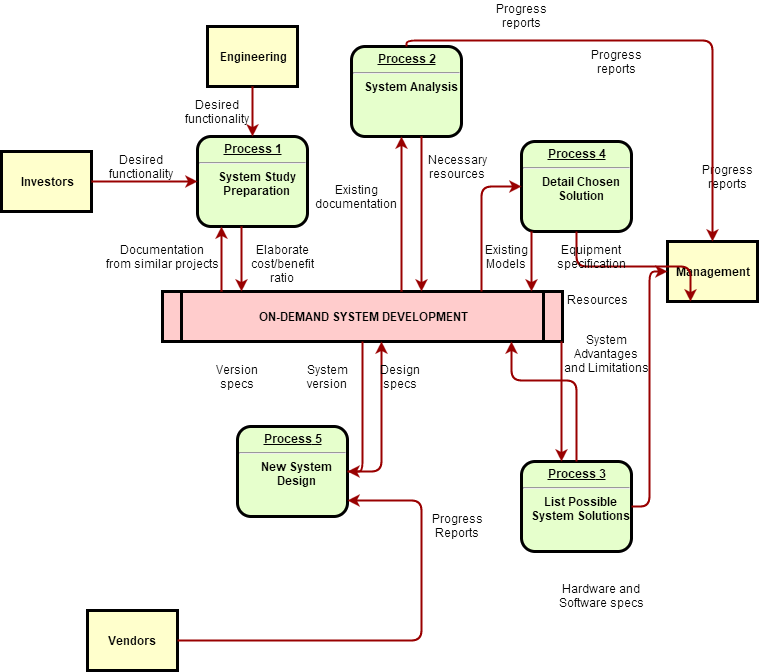
This is 图片下载.png from stephenlaw30/stephenlaw, a draw.io export, as it was before one commit. Source tidied: cells renumbered, new cells last; positions are measured from the earlier drawing's top-left corner, leaving out a move shared by most shapes.
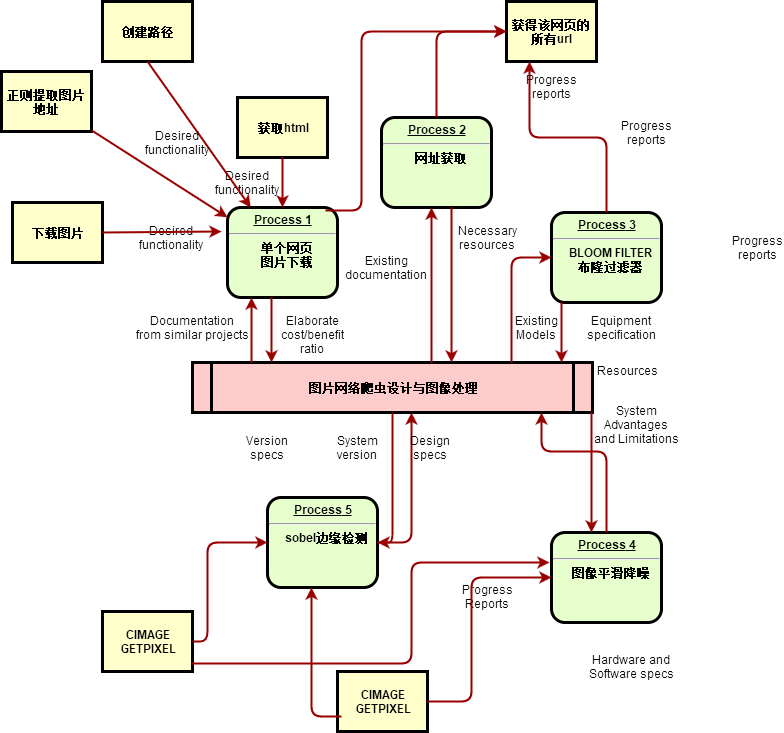
After the change.

The edit, as a diff of the source:
```diff
@@ -2,35 +2,35 @@
   <root>
     <mxCell id="0" />
     <mxCell id="1" parent="0" />
-    <mxCell id="2" value="&lt;p style=&quot;margin: 0px; margin-top: 4px; text-align: center; text-decoration: underline;&quot;&gt;&lt;strong&gt;Process 1&lt;br /&gt;&lt;/strong&gt;&lt;/p&gt;&lt;hr /&gt;&lt;p style=&quot;margin: 0px; margin-left: 8px;&quot;&gt;System Study&lt;/p&gt;&lt;p style=&quot;margin: 0px; margin-left: 8px;&quot;&gt;Preparation&lt;/p&gt;" style="verticalAlign=middle;align=center;overflow=fill;fontSize=12;fontFamily=Helvetica;html=1;rounded=1;fontStyle=1;strokeWidth=3;fillColor=#E6FFCC;" parent="1" vertex="1">
+    <mxCell id="2" value="&lt;p style=&quot;margin: 0px ; margin-top: 4px ; text-align: center ; text-decoration: underline&quot;&gt;&lt;strong&gt;Process 1&lt;br&gt;&lt;/strong&gt;&lt;/p&gt;&lt;hr&gt;&lt;p style=&quot;margin: 0px ; margin-left: 8px&quot;&gt;单个网页&lt;/p&gt;&lt;p style=&quot;margin: 0px ; margin-left: 8px&quot;&gt;图片下载&lt;/p&gt;" style="verticalAlign=middle;align=center;overflow=fill;fontSize=12;fontFamily=Helvetica;html=1;rounded=1;fontStyle=1;strokeWidth=3;fillColor=#E6FFCC;" parent="1" vertex="1">
       <mxGeometry x="196" y="136" width="110" height="90" as="geometry" />
     </mxCell>
-    <mxCell id="3" value="Engineering" style="whiteSpace=wrap;align=center;verticalAlign=middle;fontStyle=1;strokeWidth=3;fillColor=#FFFFCC;" parent="1" vertex="1">
+    <mxCell id="3" value="获取html" style="whiteSpace=wrap;align=center;verticalAlign=middle;fontStyle=1;strokeWidth=3;fillColor=#FFFFCC;" parent="1" vertex="1">
       <mxGeometry x="206" y="26" width="90" height="60" as="geometry" />
     </mxCell>
-    <mxCell id="4" value="Investors" style="whiteSpace=wrap;align=center;verticalAlign=middle;fontStyle=1;strokeWidth=3;fillColor=#FFFFCC;" parent="1" vertex="1">
-      <mxGeometry y="151" width="90" height="60" as="geometry" />
+    <mxCell id="4" value="正则提取图片地址" style="whiteSpace=wrap;align=center;verticalAlign=middle;fontStyle=1;strokeWidth=3;fillColor=#FFFFCC;" parent="1" vertex="1">
+      <mxGeometry x="-30" width="90" height="60" as="geometry" />
     </mxCell>
-    <mxCell id="5" value="ON-DEMAND SYSTEM DEVELOPMENT" style="shape=process;whiteSpace=wrap;align=center;verticalAlign=middle;size=0.0475;fontStyle=1;strokeWidth=3;fillColor=#FFCCCC;" parent="1" vertex="1">
+    <mxCell id="5" value="图片网络爬虫设计与图像处理" style="shape=process;whiteSpace=wrap;align=center;verticalAlign=middle;size=0.0475;fontStyle=1;strokeWidth=3;fillColor=#FFCCCC;" parent="1" vertex="1">
       <mxGeometry x="161" y="291" width="400" height="50" as="geometry" />
     </mxCell>
-    <mxCell id="6" value="&lt;p style=&quot;margin: 0px; margin-top: 4px; text-align: center; text-decoration: underline;&quot;&gt;&lt;strong&gt;Process 2&lt;br /&gt;&lt;/strong&gt;&lt;/p&gt;&lt;hr /&gt;&lt;p style=&quot;margin: 0px; margin-left: 8px;&quot;&gt;System Analysis&lt;/p&gt;" style="verticalAlign=middle;align=center;overflow=fill;fontSize=12;fontFamily=Helvetica;html=1;rounded=1;fontStyle=1;strokeWidth=3;fillColor=#E6FFCC;" parent="1" vertex="1">
+    <mxCell id="6" value="&lt;p style=&quot;margin: 0px ; margin-top: 4px ; text-align: center ; text-decoration: underline&quot;&gt;&lt;strong&gt;Process 2&lt;br&gt;&lt;/strong&gt;&lt;/p&gt;&lt;hr&gt;&lt;p style=&quot;margin: 0px ; margin-left: 8px&quot;&gt;网址获取&lt;/p&gt;" style="verticalAlign=middle;align=center;overflow=fill;fontSize=12;fontFamily=Helvetica;html=1;rounded=1;fontStyle=1;strokeWidth=3;fillColor=#E6FFCC;" parent="1" vertex="1">
       <mxGeometry x="350" y="46" width="110" height="90" as="geometry" />
     </mxCell>
-    <mxCell id="7" value="&lt;p style=&quot;margin: 0px; margin-top: 4px; text-align: center; text-decoration: underline;&quot;&gt;&lt;strong&gt;&lt;strong&gt;Process&lt;/strong&gt; 3&lt;br /&gt;&lt;/strong&gt;&lt;/p&gt;&lt;hr /&gt;&lt;p style=&quot;margin: 0px; margin-left: 8px;&quot;&gt;List Possible&lt;/p&gt;&lt;p style=&quot;margin: 0px; margin-left: 8px;&quot;&gt;System Solutions&lt;/p&gt;" style="verticalAlign=middle;align=center;overflow=fill;fontSize=12;fontFamily=Helvetica;html=1;rounded=1;fontStyle=1;strokeWidth=3;fillColor=#E6FFCC;" parent="1" vertex="1">
+    <mxCell id="7" value="&lt;p style=&quot;margin: 0px ; margin-top: 4px ; text-align: center ; text-decoration: underline&quot;&gt;&lt;strong&gt;&lt;strong&gt;Process&lt;/strong&gt;&amp;nbsp;4&lt;br&gt;&lt;/strong&gt;&lt;/p&gt;&lt;hr&gt;&lt;p style=&quot;margin: 0px ; margin-left: 8px&quot;&gt;图像平滑降噪&lt;/p&gt;" style="verticalAlign=middle;align=center;overflow=fill;fontSize=12;fontFamily=Helvetica;html=1;rounded=1;fontStyle=1;strokeWidth=3;fillColor=#E6FFCC;" parent="1" vertex="1">
       <mxGeometry x="520" y="461" width="110" height="90" as="geometry" />
     </mxCell>
-    <mxCell id="8" value="&lt;p style=&quot;margin: 0px; margin-top: 4px; text-align: center; text-decoration: underline;&quot;&gt;&lt;strong&gt;&lt;strong&gt;Process&lt;/strong&gt; 4&lt;br /&gt;&lt;/strong&gt;&lt;/p&gt;&lt;hr /&gt;&lt;p style=&quot;margin: 0px; margin-left: 8px;&quot;&gt;Detail Chosen&lt;/p&gt;&lt;p style=&quot;margin: 0px; margin-left: 8px;&quot;&gt;Solution&lt;/p&gt;" style="verticalAlign=middle;align=center;overflow=fill;fontSize=12;fontFamily=Helvetica;html=1;rounded=1;fontStyle=1;strokeWidth=3;fillColor=#E6FFCC;" parent="1" vertex="1">
+    <mxCell id="8" value="&lt;p style=&quot;margin: 0px ; margin-top: 4px ; text-align: center ; text-decoration: underline&quot;&gt;&lt;strong&gt;&lt;strong&gt;Process&lt;/strong&gt;&amp;nbsp;3&lt;br&gt;&lt;/strong&gt;&lt;/p&gt;&lt;hr&gt;&lt;p style=&quot;margin: 0px ; margin-left: 8px&quot;&gt;BLOOM FILTER&lt;/p&gt;&lt;p style=&quot;margin: 0px ; margin-left: 8px&quot;&gt;布隆过滤器&lt;/p&gt;" style="verticalAlign=middle;align=center;overflow=fill;fontSize=12;fontFamily=Helvetica;html=1;rounded=1;fontStyle=1;strokeWidth=3;fillColor=#E6FFCC;" parent="1" vertex="1">
       <mxGeometry x="520" y="141" width="110" height="90" as="geometry" />
     </mxCell>
-    <mxCell id="9" value="&lt;p style=&quot;margin: 0px; margin-top: 4px; text-align: center; text-decoration: underline;&quot;&gt;&lt;strong&gt;&lt;strong&gt;Process&lt;/strong&gt; 5&lt;br /&gt;&lt;/strong&gt;&lt;/p&gt;&lt;hr /&gt;&lt;p style=&quot;margin: 0px; margin-left: 8px;&quot;&gt;New System&lt;/p&gt;&lt;p style=&quot;margin: 0px; margin-left: 8px;&quot;&gt;Design&lt;/p&gt;" style="verticalAlign=middle;align=center;overflow=fill;fontSize=12;fontFamily=Helvetica;html=1;rounded=1;fontStyle=1;strokeWidth=3;fillColor=#E6FFCC;" parent="1" vertex="1">
+    <mxCell id="9" value="&lt;p style=&quot;margin: 0px ; margin-top: 4px ; text-align: center ; text-decoration: underline&quot;&gt;&lt;strong&gt;&lt;strong&gt;Process&lt;/strong&gt; 5&lt;br&gt;&lt;/strong&gt;&lt;/p&gt;&lt;hr&gt;&lt;p style=&quot;margin: 0px ; margin-left: 8px&quot;&gt;sobel边缘检测&lt;/p&gt;" style="verticalAlign=middle;align=center;overflow=fill;fontSize=12;fontFamily=Helvetica;html=1;rounded=1;fontStyle=1;strokeWidth=3;fillColor=#E6FFCC;" parent="1" vertex="1">
       <mxGeometry x="236" y="426" width="110" height="90" as="geometry" />
     </mxCell>
-    <mxCell id="10" value="Management" style="whiteSpace=wrap;align=center;verticalAlign=middle;fontStyle=1;strokeWidth=3;fillColor=#FFFFCC;" parent="1" vertex="1">
-      <mxGeometry x="666" y="241" width="90" height="60" as="geometry" />
+    <mxCell id="10" value="获得该网页的所有url" style="whiteSpace=wrap;align=center;verticalAlign=middle;fontStyle=1;strokeWidth=3;fillColor=#FFFFCC;" parent="1" vertex="1">
+      <mxGeometry x="475" y="-70" width="90" height="60" as="geometry" />
     </mxCell>
-    <mxCell id="11" value="Vendors" style="whiteSpace=wrap;align=center;verticalAlign=middle;fontStyle=1;strokeWidth=3;fillColor=#FFFFCC;" parent="1" vertex="1">
-      <mxGeometry x="86" y="610" width="90" height="60" as="geometry" />
+    <mxCell id="11" value="CIMAGE&#10;GETPIXEL" style="whiteSpace=wrap;align=center;verticalAlign=middle;fontStyle=1;strokeWidth=3;fillColor=#FFFFCC;" parent="1" vertex="1">
+      <mxGeometry x="71" y="540" width="90" height="60" as="geometry" />
     </mxCell>
     <mxCell id="12" style="edgeStyle=none;noEdgeStyle=1;strokeColor=#990000;strokeWidth=2;" parent="1" edge="1" source="3" target="2">
       <mxGeometry relative="1" as="geometry" />
@@ -103,8 +103,12 @@
     <mxCell id="28" style="edgeStyle=elbowEdgeStyle;elbow=vertical;entryX=0.25;entryY=1;strokeColor=#990000;strokeWidth=2;" parent="1" edge="1" source="8" target="10">
       <mxGeometry relative="1" as="geometry" />
     </mxCell>
-    <mxCell id="29" style="edgeStyle=elbowEdgeStyle;elbow=horizontal;strokeColor=#990000;strokeWidth=2;" parent="1" edge="1" source="7" target="10">
-      <mxGeometry relative="1" as="geometry" />
+    <mxCell id="29" style="edgeStyle=elbowEdgeStyle;elbow=horizontal;strokeColor=#990000;strokeWidth=2;exitX=0.891;exitY=0.033;exitPerimeter=0;" parent="1" edge="1" source="2" target="10">
+      <mxGeometry relative="1" as="geometry">
+        <Array as="points">
+          <mxPoint x="330" y="20" />
+        </Array>
+      </mxGeometry>
     </mxCell>
     <mxCell id="30" style="edgeStyle=elbowEdgeStyle;elbow=horizontal;strokeColor=#990000;strokeWidth=2;" parent="1" edge="1" source="8" target="5">
       <mxGeometry relative="1" as="geometry">
@@ -167,6 +171,7 @@
     <mxCell id="40" style="edgeStyle=elbowEdgeStyle;elbow=horizontal;strokeColor=#990000;strokeWidth=2;" parent="1" edge="1" source="11" target="9">
       <mxGeometry relative="1" as="geometry">
         <Array as="points">
+          <mxPoint x="176" y="530" />
           <mxPoint x="420" y="500" />
         </Array>
       </mxGeometry>
@@ -186,5 +191,54 @@
     <mxCell id="45" value="System&#10;version" style="text;spacingTop=-5;align=center;" parent="1" vertex="1">
       <mxGeometry x="311" y="361" width="30" height="20" as="geometry" />
     </mxCell>
+    <mxCell id="46" value="创建路径" style="whiteSpace=wrap;align=center;verticalAlign=middle;fontStyle=1;strokeWidth=3;fillColor=#FFFFCC;" parent="1" vertex="1">
+      <mxGeometry x="71" y="-70" width="90" height="60" as="geometry" />
+    </mxCell>
+    <mxCell id="47" style="edgeStyle=none;noEdgeStyle=1;strokeColor=#990000;strokeWidth=2;exitX=0.5;exitY=1;" parent="1" edge="1" source="46" target="2">
+      <mxGeometry relative="1" as="geometry" />
+    </mxCell>
+    <mxCell id="48" value="Desired &#10;functionality" style="text;spacingTop=-5;align=center;" parent="1" vertex="1">
+      <mxGeometry x="131" y="56" width="30" height="20" as="geometry" />
+    </mxCell>
+    <mxCell id="49" value="下载图片" style="whiteSpace=wrap;align=center;verticalAlign=middle;fontStyle=1;strokeWidth=3;fillColor=#FFFFCC;" parent="1" vertex="1">
+      <mxGeometry x="-19" y="131" width="90" height="60" as="geometry" />
+    </mxCell>
+    <mxCell id="50" style="edgeStyle=none;noEdgeStyle=1;strokeColor=#990000;strokeWidth=2;exitX=1;exitY=0.5;" parent="1" edge="1" source="49">
+      <mxGeometry relative="1" as="geometry">
+        <mxPoint x="190" y="160" as="targetPoint" />
+      </mxGeometry>
+    </mxCell>
+    <mxCell id="51" value="CIMAGE&#10;GETPIXEL" style="whiteSpace=wrap;align=center;verticalAlign=middle;fontStyle=1;strokeWidth=3;fillColor=#FFFFCC;" parent="1" vertex="1">
+      <mxGeometry x="306" y="600" width="90" height="60" as="geometry" />
+    </mxCell>
+    <mxCell id="52" style="edgeStyle=elbowEdgeStyle;elbow=horizontal;strokeColor=#990000;strokeWidth=2;exitX=1;exitY=0.5;entryX=0;entryY=0.5;" parent="1" edge="1" source="51" target="7">
+      <mxGeometry relative="1" as="geometry">
+        <Array as="points">
+          <mxPoint x="440" y="550" />
+          <mxPoint x="326" y="569" />
+          <mxPoint x="570" y="539" />
+        </Array>
+      </mxGeometry>
+    </mxCell>
+    <mxCell id="53" style="edgeStyle=elbowEdgeStyle;elbow=horizontal;strokeColor=#990000;strokeWidth=2;exitX=0.989;exitY=0.867;entryX=-0.018;entryY=0.333;entryPerimeter=0;exitPerimeter=0;" parent="1" edge="1" source="11" target="7">
+      <mxGeometry relative="1" as="geometry">
+        <Array as="points">
+          <mxPoint x="380" y="540" />
+          <mxPoint x="316" y="533" />
+          <mxPoint x="202" y="552" />
+          <mxPoint x="446" y="522" />
+        </Array>
+      </mxGeometry>
+    </mxCell>
+    <mxCell id="54" style="edgeStyle=elbowEdgeStyle;elbow=horizontal;strokeColor=#990000;strokeWidth=2;" parent="1" edge="1" target="9">
+      <mxGeometry relative="1" as="geometry">
+        <mxPoint x="310" y="645" as="sourcePoint" />
+        <Array as="points">
+          <mxPoint x="280" y="590" />
+          <mxPoint x="367" y="579" />
+          <mxPoint x="611" y="549" />
+        </Array>
+      </mxGeometry>
+    </mxCell>
   </root>
 </mxGraphModel>
```
